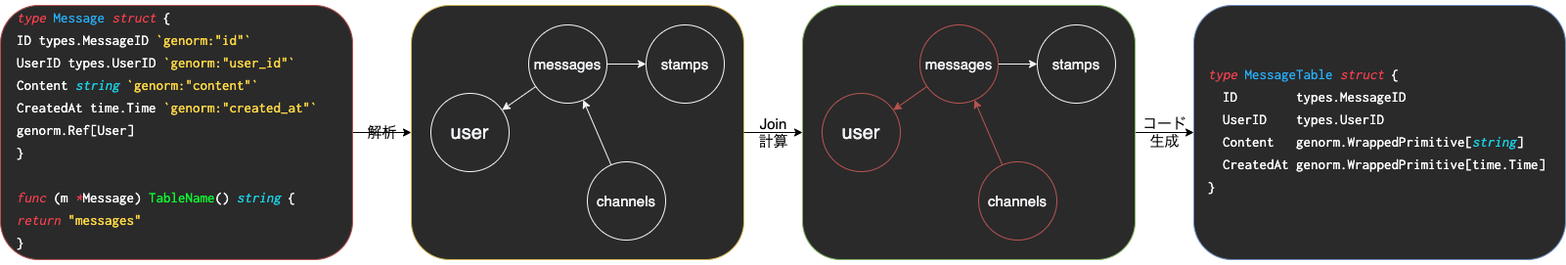
Earlier version of the draw.io export trap-lt/codegen-flow.png (mazrean/slides). Source tidied: cells renumbered, new cells last; positions are measured from the earlier drawing's top-left corner, leaving out a move shared by most shapes. Source of this version:
```xml
<mxGraphModel>
  <root>
    <mxCell id="0" />
    <mxCell id="1" parent="0" />
    <mxCell id="2" value="解析" style="edgeStyle=none;html=1;exitX=1;exitY=0.5;exitDx=0;exitDy=0;entryX=0;entryY=0.5;entryDx=0;entryDy=0;fontSize=15;labelBackgroundColor=none;" parent="1" edge="1" source="3" target="4">
      <mxGeometry relative="1" as="geometry" />
    </mxCell>
    <mxCell id="3" style="rounded=1;whiteSpace=wrap;html=1;fillColor=#2A2A2A;strokeColor=#b85450;" parent="1" vertex="1">
      <mxGeometry y="5" width="360" height="260" as="geometry" />
    </mxCell>
    <mxCell id="4" style="rounded=1;whiteSpace=wrap;html=1;labelBackgroundColor=none;fillColor=#2A2A2A;strokeColor=#d6b656;" parent="1" vertex="1">
      <mxGeometry x="420" y="5" width="340" height="260" as="geometry" />
    </mxCell>
    <mxCell id="5" value="&lt;font style=&quot;font-size: 20px&quot; color=&quot;#f2f4f7&quot;&gt;user&lt;/font&gt;" style="ellipse;whiteSpace=wrap;html=1;labelBackgroundColor=none;fillColor=none;strokeColor=#F2F4F7;" parent="1" vertex="1">
      <mxGeometry x="440" y="95" width="80" height="80" as="geometry" />
    </mxCell>
    <mxCell id="6" style="edgeStyle=none;html=1;fontSize=15;strokeColor=#F2F4F7;" parent="1" edge="1" source="8" target="5">
      <mxGeometry relative="1" as="geometry" />
    </mxCell>
    <mxCell id="7" style="edgeStyle=none;html=1;fontSize=15;strokeColor=#F2F4F7;" parent="1" edge="1" source="8" target="10">
      <mxGeometry relative="1" as="geometry" />
    </mxCell>
    <mxCell id="8" value="&lt;font style=&quot;font-size: 15px&quot; color=&quot;#f2f4f7&quot;&gt;messages&lt;/font&gt;" style="ellipse;whiteSpace=wrap;html=1;labelBackgroundColor=none;fillColor=none;strokeColor=#F2F4F7;" parent="1" vertex="1">
      <mxGeometry x="540" y="25" width="80" height="80" as="geometry" />
    </mxCell>
    <mxCell id="9" value="&lt;meta charset=&quot;utf-8&quot;&gt;&lt;div style=&quot;color: rgb(255, 255, 255); font-family: &amp;quot;ricty diminished&amp;quot;, menlo, monaco, &amp;quot;courier new&amp;quot;, monospace; font-weight: normal; font-size: 15px; line-height: 23px;&quot;&gt;&lt;div&gt;&lt;span style=&quot;color: #ff3f4f ; font-style: italic&quot;&gt;type&lt;/span&gt;&lt;span style=&quot;color: #ffffff&quot;&gt; &lt;/span&gt;&lt;span style=&quot;color: #26b2ff&quot;&gt;Message&lt;/span&gt;&lt;span style=&quot;color: #ffffff&quot;&gt; &lt;/span&gt;&lt;span style=&quot;color: #ff3f4f ; font-style: italic&quot;&gt;struct&lt;/span&gt;&lt;span style=&quot;color: #ffffff&quot;&gt; {&lt;/span&gt;&lt;/div&gt;&lt;div&gt;&lt;span style=&quot;color: #ffffff&quot;&gt;  ID        types.MessageID &lt;/span&gt;&lt;span style=&quot;color: #ffd945&quot;&gt;`genorm:&quot;id&quot;`&lt;/span&gt;&lt;/div&gt;&lt;div&gt;&lt;span style=&quot;color: #ffffff&quot;&gt;  UserID    types.UserID    &lt;/span&gt;&lt;span style=&quot;color: #ffd945&quot;&gt;`genorm:&quot;user_id&quot;`&lt;/span&gt;&lt;/div&gt;&lt;div&gt;&lt;span style=&quot;color: #ffffff&quot;&gt;  Content   &lt;/span&gt;&lt;span style=&quot;color: #19d1e5 ; font-style: italic&quot;&gt;string&lt;/span&gt;&lt;span style=&quot;color: #ffffff&quot;&gt;          &lt;/span&gt;&lt;span style=&quot;color: #ffd945&quot;&gt;`genorm:&quot;content&quot;`&lt;/span&gt;&lt;/div&gt;&lt;div&gt;&lt;span style=&quot;color: #ffffff&quot;&gt;  CreatedAt time.Time       &lt;/span&gt;&lt;span style=&quot;color: #ffd945&quot;&gt;`genorm:&quot;created_at&quot;`&lt;/span&gt;&lt;/div&gt;&lt;div&gt;&lt;span style=&quot;color: #ffffff&quot;&gt;  genorm.Ref[User]&lt;/span&gt;&lt;/div&gt;&lt;div&gt;&lt;span style=&quot;color: #ffffff&quot;&gt;}&lt;/span&gt;&lt;/div&gt;&lt;br&gt;&lt;div&gt;&lt;span style=&quot;color: #ff3f4f ; font-style: italic&quot;&gt;func&lt;/span&gt;&lt;span style=&quot;color: #ffffff&quot;&gt; (m &lt;/span&gt;&lt;span style=&quot;color: #ff3f4f ; font-style: italic&quot;&gt;*&lt;/span&gt;&lt;span style=&quot;color: #ffffff&quot;&gt;Message) &lt;/span&gt;&lt;span style=&quot;color: #0cfa2f&quot;&gt;TableName&lt;/span&gt;&lt;span style=&quot;color: #ffffff&quot;&gt;() &lt;/span&gt;&lt;span style=&quot;color: #19d1e5 ; font-style: italic&quot;&gt;string&lt;/span&gt;&lt;span style=&quot;color: #ffffff&quot;&gt; {&lt;/span&gt;&lt;/div&gt;&lt;div&gt;&lt;span style=&quot;color: #ffffff&quot;&gt;  &lt;/span&gt;&lt;span style=&quot;color: #ff3f4f ; font-style: italic&quot;&gt;return&lt;/span&gt;&lt;span style=&quot;color: #ffffff&quot;&gt; &lt;/span&gt;&lt;span style=&quot;color: #ffd945&quot;&gt;&quot;messages&quot;&lt;/span&gt;&lt;/div&gt;&lt;div&gt;&lt;span style=&quot;color: #ffffff&quot;&gt;}&lt;/span&gt;&lt;/div&gt;&lt;/div&gt;" style="text;whiteSpace=wrap;html=1;fontSize=15;labelBackgroundColor=none;" parent="1" vertex="1">
      <mxGeometry x="15" width="330" height="270" as="geometry" />
    </mxCell>
    <mxCell id="10" value="&lt;font color=&quot;#f2f4f7&quot;&gt;stamps&lt;/font&gt;" style="ellipse;whiteSpace=wrap;html=1;labelBackgroundColor=none;fontSize=15;fillColor=none;strokeColor=#F2F4F7;" parent="1" vertex="1">
      <mxGeometry x="660" y="25" width="80" height="80" as="geometry" />
    </mxCell>
    <mxCell id="11" style="edgeStyle=none;html=1;fontSize=15;strokeColor=#F2F4F7;" parent="1" edge="1" source="12" target="8">
      <mxGeometry relative="1" as="geometry" />
    </mxCell>
    <mxCell id="12" value="&lt;font color=&quot;#f2f4f7&quot;&gt;channels&lt;/font&gt;" style="ellipse;whiteSpace=wrap;html=1;labelBackgroundColor=none;fontSize=15;fillColor=none;strokeColor=#F2F4F7;" parent="1" vertex="1">
      <mxGeometry x="600" y="165" width="80" height="80" as="geometry" />
    </mxCell>
    <mxCell id="13" value="コード&lt;br&gt;生成" style="edgeStyle=none;html=1;exitX=1;exitY=0.5;exitDx=0;exitDy=0;entryX=0;entryY=0.5;entryDx=0;entryDy=0;fontSize=15;labelBackgroundColor=none;" parent="1" edge="1" source="14" target="23">
      <mxGeometry relative="1" as="geometry" />
    </mxCell>
    <mxCell id="14" style="rounded=1;whiteSpace=wrap;html=1;labelBackgroundColor=none;fillColor=#2A2A2A;strokeColor=#82b366;" parent="1" vertex="1">
      <mxGeometry x="820" y="5" width="340" height="260" as="geometry" />
    </mxCell>
    <mxCell id="15" value="&lt;font style=&quot;font-size: 20px&quot; color=&quot;#f2f4f7&quot;&gt;user&lt;/font&gt;" style="ellipse;whiteSpace=wrap;html=1;labelBackgroundColor=none;fillColor=none;strokeColor=#b85450;" parent="1" vertex="1">
      <mxGeometry x="840" y="95" width="80" height="80" as="geometry" />
    </mxCell>
    <mxCell id="16" style="edgeStyle=none;html=1;fontSize=15;fillColor=#f8cecc;strokeColor=#b85450;" parent="1" edge="1" source="18" target="15">
      <mxGeometry relative="1" as="geometry" />
    </mxCell>
    <mxCell id="17" style="edgeStyle=none;html=1;fontSize=15;strokeColor=#F2F4F7;" parent="1" edge="1" source="18" target="19">
      <mxGeometry relative="1" as="geometry" />
    </mxCell>
    <mxCell id="18" value="&lt;font style=&quot;font-size: 15px&quot; color=&quot;#f2f4f7&quot;&gt;messages&lt;/font&gt;" style="ellipse;whiteSpace=wrap;html=1;labelBackgroundColor=none;fillColor=none;strokeColor=#b85450;" parent="1" vertex="1">
      <mxGeometry x="940" y="25" width="80" height="80" as="geometry" />
    </mxCell>
    <mxCell id="19" value="&lt;font color=&quot;#f2f4f7&quot;&gt;stamps&lt;/font&gt;" style="ellipse;whiteSpace=wrap;html=1;labelBackgroundColor=none;fontSize=15;fillColor=none;strokeColor=#F2F4F7;" parent="1" vertex="1">
      <mxGeometry x="1060" y="25" width="80" height="80" as="geometry" />
    </mxCell>
    <mxCell id="20" style="edgeStyle=none;html=1;fontSize=15;fillColor=#f8cecc;strokeColor=#b85450;" parent="1" edge="1" source="21" target="18">
      <mxGeometry relative="1" as="geometry" />
    </mxCell>
    <mxCell id="21" value="&lt;font color=&quot;#f2f4f7&quot;&gt;channels&lt;/font&gt;" style="ellipse;whiteSpace=wrap;html=1;labelBackgroundColor=none;fontSize=15;fillColor=none;strokeColor=#b85450;" parent="1" vertex="1">
      <mxGeometry x="1000" y="165" width="80" height="80" as="geometry" />
    </mxCell>
    <mxCell id="22" value="Join&lt;br&gt;計算" style="endArrow=classic;html=1;fontSize=15;exitX=1;exitY=0.5;exitDx=0;exitDy=0;entryX=0;entryY=0.5;entryDx=0;entryDy=0;labelBackgroundColor=none;" parent="1" edge="1" source="4" target="14">
      <mxGeometry relative="1" as="geometry" />
    </mxCell>
    <mxCell id="23" style="rounded=1;whiteSpace=wrap;html=1;labelBackgroundColor=none;fontSize=15;fillColor=#2A2A2A;strokeColor=#6c8ebf;" parent="1" vertex="1">
      <mxGeometry x="1220" y="5" width="380" height="260" as="geometry" />
    </mxCell>
    <mxCell id="24" value="&lt;pre style=&quot;color: rgb(255, 255, 255); font-family: &amp;quot;ricty diminished&amp;quot;, menlo, monaco, &amp;quot;courier new&amp;quot;, monospace; font-weight: normal; font-size: 15px; line-height: 23px;&quot;&gt;&lt;div&gt;&lt;span style=&quot;color: #ff3f4f ; font-style: italic&quot;&gt;type&lt;/span&gt;&lt;span style=&quot;color: #ffffff&quot;&gt; &lt;/span&gt;&lt;span style=&quot;color: #26b2ff&quot;&gt;MessageTable&lt;/span&gt;&lt;span style=&quot;color: #ffffff&quot;&gt; &lt;/span&gt;&lt;span style=&quot;color: #ff3f4f ; font-style: italic&quot;&gt;struct&lt;/span&gt;&lt;span style=&quot;color: #ffffff&quot;&gt; {&lt;/span&gt;&lt;/div&gt;&lt;div&gt;&lt;span style=&quot;color: #ffffff&quot;&gt;  ID        types.MessageID&lt;/span&gt;&lt;/div&gt;&lt;div&gt;&lt;span style=&quot;color: #ffffff&quot;&gt;  UserID    types.UserID&lt;/span&gt;&lt;/div&gt;&lt;div&gt;&lt;span style=&quot;color: #ffffff&quot;&gt;  Content   genorm.WrappedPrimitive[&lt;/span&gt;&lt;span style=&quot;color: #19d1e5 ; font-style: italic&quot;&gt;string&lt;/span&gt;&lt;span style=&quot;color: #ffffff&quot;&gt;]&lt;/span&gt;&lt;/div&gt;&lt;div&gt;&lt;span style=&quot;color: #ffffff&quot;&gt;  CreatedAt genorm.WrappedPrimitive[time.Time]&lt;/span&gt;&lt;/div&gt;&lt;div&gt;&lt;span style=&quot;color: #ffffff&quot;&gt;}&lt;/span&gt;&lt;/div&gt;&lt;/pre&gt;" style="text;whiteSpace=wrap;html=1;fontSize=15;spacing=-20;spacingLeft=20;fillColor=none;labelBackgroundColor=none;" parent="1" vertex="1">
      <mxGeometry x="1235" y="65" width="350" height="140" as="geometry" />
    </mxCell>
  </root>
</mxGraphModel>
```
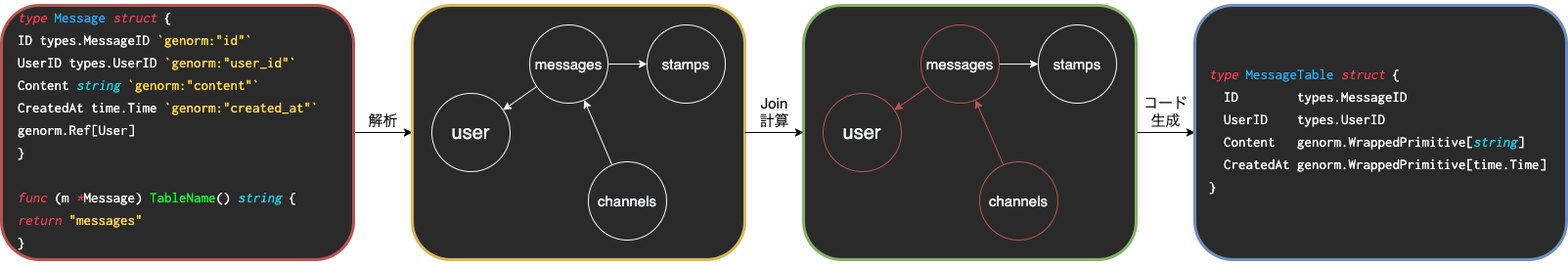
Later version of the same file.

Diff of the diagram source:
```diff
@@ -2,13 +2,13 @@
   <root>
     <mxCell id="0" />
     <mxCell id="1" parent="0" />
-    <mxCell id="2" value="解析" style="edgeStyle=none;html=1;exitX=1;exitY=0.5;exitDx=0;exitDy=0;entryX=0;entryY=0.5;entryDx=0;entryDy=0;fontSize=15;labelBackgroundColor=none;" parent="1" edge="1" source="3" target="4">
+    <mxCell id="2" value="解析" style="edgeStyle=none;html=1;exitX=1;exitY=0.5;exitDx=0;exitDy=0;entryX=0;entryY=0.5;entryDx=0;entryDy=0;fontSize=15;labelBackgroundColor=none;labelPosition=center;verticalLabelPosition=top;align=center;verticalAlign=bottom;" parent="1" edge="1" source="3" target="4">
       <mxGeometry relative="1" as="geometry" />
     </mxCell>
-    <mxCell id="3" style="rounded=1;whiteSpace=wrap;html=1;fillColor=#2A2A2A;strokeColor=#b85450;" parent="1" vertex="1">
+    <mxCell id="3" style="rounded=1;whiteSpace=wrap;html=1;fillColor=#2A2A2A;strokeColor=#b85450;strokeWidth=3;" parent="1" vertex="1">
       <mxGeometry y="5" width="360" height="260" as="geometry" />
     </mxCell>
-    <mxCell id="4" style="rounded=1;whiteSpace=wrap;html=1;labelBackgroundColor=none;fillColor=#2A2A2A;strokeColor=#d6b656;" parent="1" vertex="1">
+    <mxCell id="4" style="rounded=1;whiteSpace=wrap;html=1;labelBackgroundColor=none;fillColor=#2A2A2A;strokeColor=#d6b656;strokeWidth=3;" parent="1" vertex="1">
       <mxGeometry x="420" y="5" width="340" height="260" as="geometry" />
     </mxCell>
     <mxCell id="5" value="&lt;font style=&quot;font-size: 20px&quot; color=&quot;#f2f4f7&quot;&gt;user&lt;/font&gt;" style="ellipse;whiteSpace=wrap;html=1;labelBackgroundColor=none;fillColor=none;strokeColor=#F2F4F7;" parent="1" vertex="1">
@@ -35,10 +35,10 @@
     <mxCell id="12" value="&lt;font color=&quot;#f2f4f7&quot;&gt;channels&lt;/font&gt;" style="ellipse;whiteSpace=wrap;html=1;labelBackgroundColor=none;fontSize=15;fillColor=none;strokeColor=#F2F4F7;" parent="1" vertex="1">
       <mxGeometry x="600" y="165" width="80" height="80" as="geometry" />
     </mxCell>
-    <mxCell id="13" value="コード&lt;br&gt;生成" style="edgeStyle=none;html=1;exitX=1;exitY=0.5;exitDx=0;exitDy=0;entryX=0;entryY=0.5;entryDx=0;entryDy=0;fontSize=15;labelBackgroundColor=none;" parent="1" edge="1" source="14" target="23">
+    <mxCell id="13" value="コード&lt;br&gt;生成" style="edgeStyle=none;html=1;exitX=1;exitY=0.5;exitDx=0;exitDy=0;entryX=0;entryY=0.5;entryDx=0;entryDy=0;fontSize=15;labelBackgroundColor=none;labelPosition=center;verticalLabelPosition=top;align=center;verticalAlign=bottom;" parent="1" edge="1" source="14" target="23">
       <mxGeometry relative="1" as="geometry" />
     </mxCell>
-    <mxCell id="14" style="rounded=1;whiteSpace=wrap;html=1;labelBackgroundColor=none;fillColor=#2A2A2A;strokeColor=#82b366;" parent="1" vertex="1">
+    <mxCell id="14" style="rounded=1;whiteSpace=wrap;html=1;labelBackgroundColor=none;fillColor=#2A2A2A;strokeColor=#82b366;strokeWidth=3;" parent="1" vertex="1">
       <mxGeometry x="820" y="5" width="340" height="260" as="geometry" />
     </mxCell>
     <mxCell id="15" value="&lt;font style=&quot;font-size: 20px&quot; color=&quot;#f2f4f7&quot;&gt;user&lt;/font&gt;" style="ellipse;whiteSpace=wrap;html=1;labelBackgroundColor=none;fillColor=none;strokeColor=#b85450;" parent="1" vertex="1">
@@ -62,10 +62,10 @@
     <mxCell id="21" value="&lt;font color=&quot;#f2f4f7&quot;&gt;channels&lt;/font&gt;" style="ellipse;whiteSpace=wrap;html=1;labelBackgroundColor=none;fontSize=15;fillColor=none;strokeColor=#b85450;" parent="1" vertex="1">
       <mxGeometry x="1000" y="165" width="80" height="80" as="geometry" />
     </mxCell>
-    <mxCell id="22" value="Join&lt;br&gt;計算" style="endArrow=classic;html=1;fontSize=15;exitX=1;exitY=0.5;exitDx=0;exitDy=0;entryX=0;entryY=0.5;entryDx=0;entryDy=0;labelBackgroundColor=none;" parent="1" edge="1" source="4" target="14">
+    <mxCell id="22" value="Join&lt;br&gt;計算" style="endArrow=classic;html=1;fontSize=15;exitX=1;exitY=0.5;exitDx=0;exitDy=0;entryX=0;entryY=0.5;entryDx=0;entryDy=0;labelBackgroundColor=none;labelPosition=center;verticalLabelPosition=top;align=center;verticalAlign=bottom;" parent="1" edge="1" source="4" target="14">
       <mxGeometry relative="1" as="geometry" />
     </mxCell>
-    <mxCell id="23" style="rounded=1;whiteSpace=wrap;html=1;labelBackgroundColor=none;fontSize=15;fillColor=#2A2A2A;strokeColor=#6c8ebf;" parent="1" vertex="1">
+    <mxCell id="23" style="rounded=1;whiteSpace=wrap;html=1;labelBackgroundColor=none;fontSize=15;fillColor=#2A2A2A;strokeColor=#6c8ebf;strokeWidth=3;" parent="1" vertex="1">
       <mxGeometry x="1220" y="5" width="380" height="260" as="geometry" />
     </mxCell>
     <mxCell id="24" value="&lt;pre style=&quot;color: rgb(255, 255, 255); font-family: &amp;quot;ricty diminished&amp;quot;, menlo, monaco, &amp;quot;courier new&amp;quot;, monospace; font-weight: normal; font-size: 15px; line-height: 23px;&quot;&gt;&lt;div&gt;&lt;span style=&quot;color: #ff3f4f ; font-style: italic&quot;&gt;type&lt;/span&gt;&lt;span style=&quot;color: #ffffff&quot;&gt; &lt;/span&gt;&lt;span style=&quot;color: #26b2ff&quot;&gt;MessageTable&lt;/span&gt;&lt;span style=&quot;color: #ffffff&quot;&gt; &lt;/span&gt;&lt;span style=&quot;color: #ff3f4f ; font-style: italic&quot;&gt;struct&lt;/span&gt;&lt;span style=&quot;color: #ffffff&quot;&gt; {&lt;/span&gt;&lt;/div&gt;&lt;div&gt;&lt;span style=&quot;color: #ffffff&quot;&gt;  ID        types.MessageID&lt;/span&gt;&lt;/div&gt;&lt;div&gt;&lt;span style=&quot;color: #ffffff&quot;&gt;  UserID    types.UserID&lt;/span&gt;&lt;/div&gt;&lt;div&gt;&lt;span style=&quot;color: #ffffff&quot;&gt;  Content   genorm.WrappedPrimitive[&lt;/span&gt;&lt;span style=&quot;color: #19d1e5 ; font-style: italic&quot;&gt;string&lt;/span&gt;&lt;span style=&quot;color: #ffffff&quot;&gt;]&lt;/span&gt;&lt;/div&gt;&lt;div&gt;&lt;span style=&quot;color: #ffffff&quot;&gt;  CreatedAt genorm.WrappedPrimitive[time.Time]&lt;/span&gt;&lt;/div&gt;&lt;div&gt;&lt;span style=&quot;color: #ffffff&quot;&gt;}&lt;/span&gt;&lt;/div&gt;&lt;/pre&gt;" style="text;whiteSpace=wrap;html=1;fontSize=15;spacing=-20;spacingLeft=20;fillColor=none;labelBackgroundColor=none;" parent="1" vertex="1">
```
